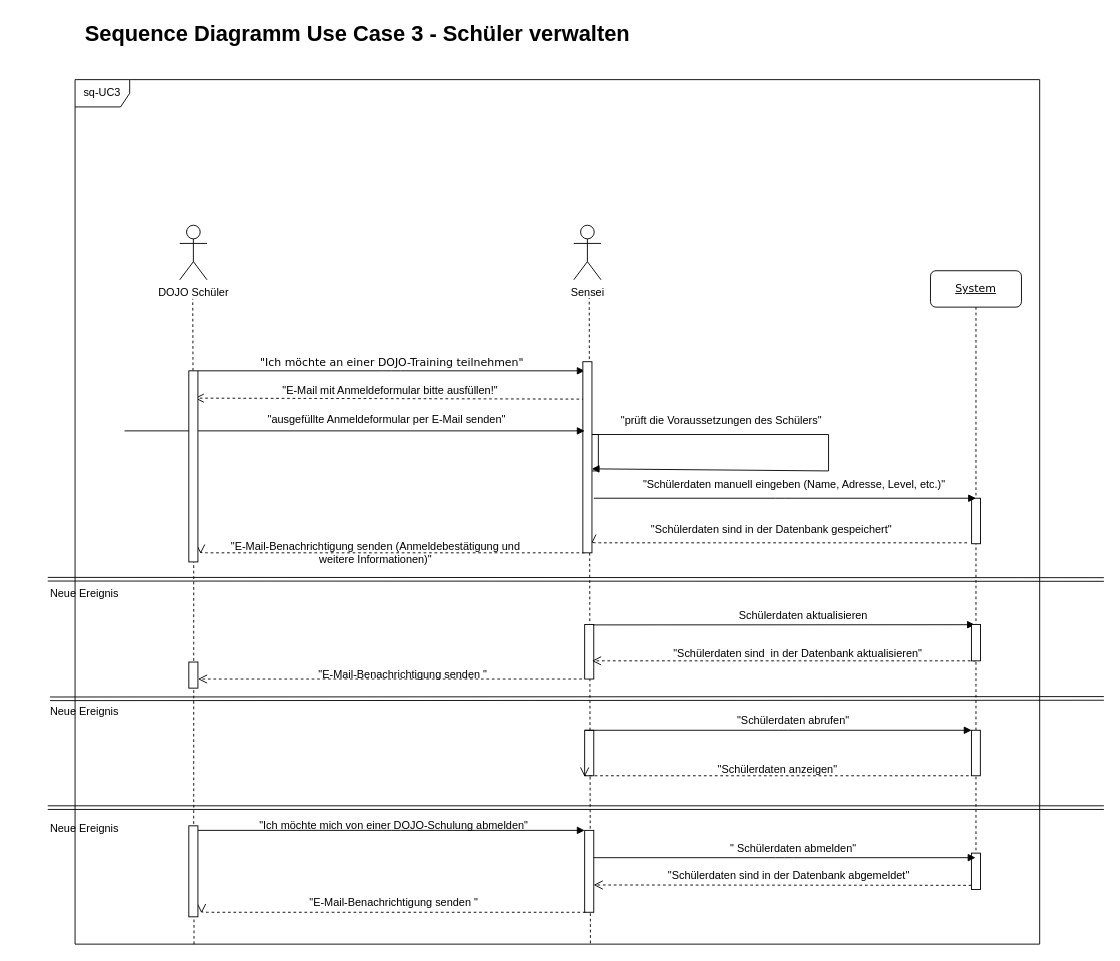
Before: Sequenzdiagramm_UC3_Schueler_verwalten.drawio in Mikomy/Softwaremanagement-1, a draw.io diagram. Source tidied: cells renumbered, new cells numbered last; positions are measured from the earlier drawing's top-left corner, leaving out a move shared by most shapes. Both pictures are drawn from the tidied source at 91%, with x=0, y=0 at pixel (38, 15).
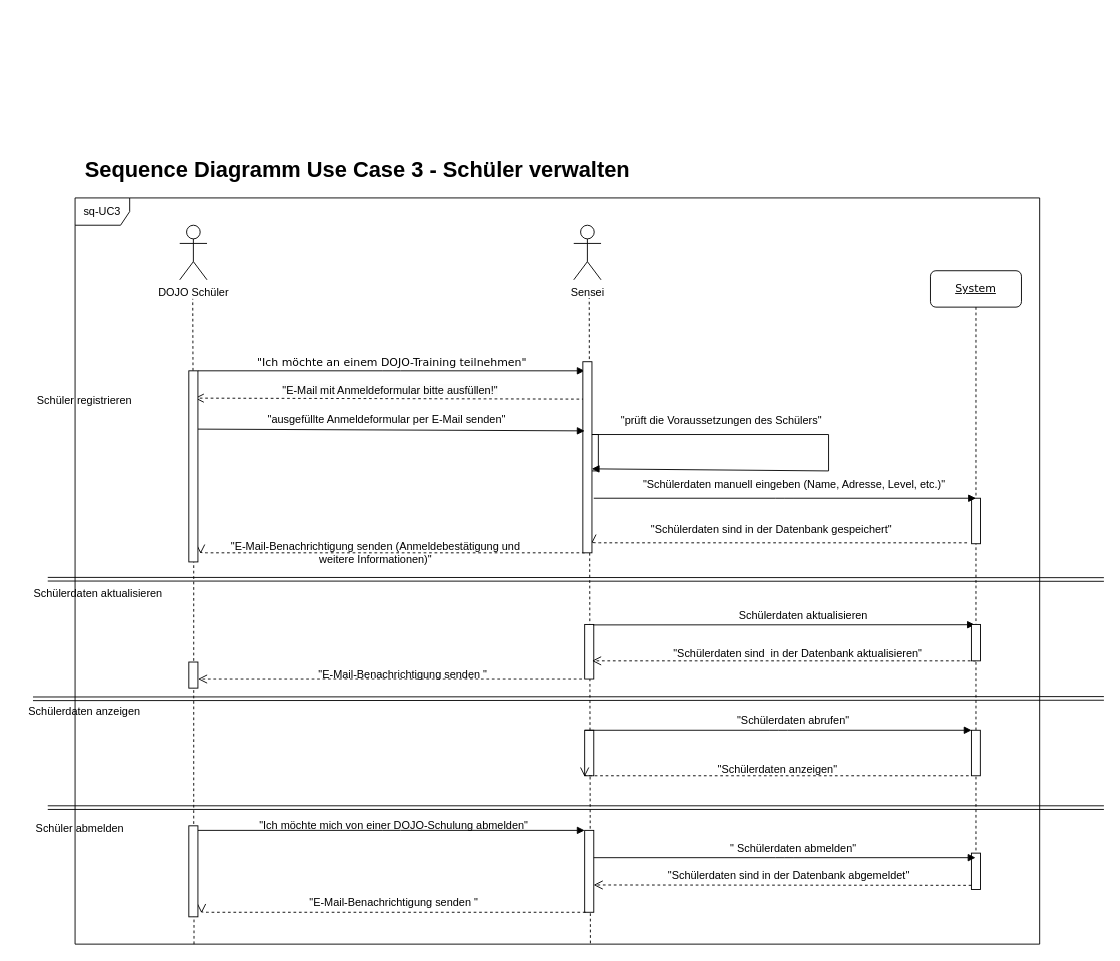
The same page after the edit.

The change refers to these unchanged cells:
```xml
<mxCell id="57" style="html=1;points=[];perimeter=orthogonalPerimeter;rounded=0;shadow=0;comic=0;labelBackgroundColor=none;strokeWidth=1;fontFamily=Verdana;fontSize=12;align=center;" parent="1" vertex="1">
  <mxGeometry x="165" y="390" width="10" height="210" as="geometry" />
</mxCell>
```

The edit, as a diff of the source:
```diff
@@
-    <mxCell id="3" value="&quot;Ich möchte an einer DOJO-Training teilnehmen&quot;" style="html=1;verticalAlign=bottom;endArrow=block;entryX=0;entryY=0;labelBackgroundColor=none;fontFamily=Verdana;fontSize=12;edgeStyle=elbowEdgeStyle;elbow=vertical;" parent="1" edge="1">
+    <mxCell id="3" value="&quot;Ich möchte an einem DOJO-Training teilnehmen&quot;" style="html=1;verticalAlign=bottom;endArrow=block;entryX=0;entryY=0;labelBackgroundColor=none;fontFamily=Verdana;fontSize=12;edgeStyle=elbowEdgeStyle;elbow=vertical;" parent="1" edge="1">
       <mxGeometry relative="1" as="geometry">
         <mxPoint x="175" y="390" as="sourcePoint" />
         <mxPoint x="600" y="390" as="targetPoint" />
       </mxGeometry>
     </mxCell>
@@
     <mxCell id="39" value="sq-UC3" style="shape=umlFrame;whiteSpace=wrap;html=1;" parent="1" vertex="1">
-      <mxGeometry x="40" y="70" width="1060" height="950" as="geometry" />
+      <mxGeometry x="40" y="200" width="1060" height="820" as="geometry" />
     </mxCell>
@@
-    <mxCell id="49" style="html=1;verticalAlign=bottom;endArrow=block;curved=0;rounded=0;" parent="1" edge="1">
+    <mxCell id="49" style="html=1;verticalAlign=bottom;endArrow=block;curved=0;rounded=0;exitX=1;exitY=0.305;exitDx=0;exitDy=0;exitPerimeter=0;" parent="1" edge="1" source="57">
       <mxGeometry relative="1" as="geometry">
-        <mxPoint x="94.3" y="456" as="sourcePoint" />
         <mxPoint x="600" y="456" as="targetPoint" />
       </mxGeometry>
     </mxCell>
@@
     <mxCell id="52" value="&lt;b&gt;&lt;font style=&quot;font-size: 24px;&quot;&gt;Sequence Diagramm Use Case 3 - Schüler verwalten&lt;/font&gt;&lt;/b&gt;" style="text;html=1;align=center;verticalAlign=middle;strokeColor=none;fillColor=none;" parent="1" vertex="1">
-      <mxGeometry x="40" width="620" height="40" as="geometry" />
+      <mxGeometry x="40" y="150" width="620" height="40" as="geometry" />
     </mxCell>
@@
-    <mxCell id="62" value="Neue Ereignis" style="text;html=1;align=center;verticalAlign=middle;strokeColor=none;fillColor=none;" parent="1" vertex="1">
-      <mxGeometry y="620" width="100" height="30" as="geometry" />
+    <mxCell id="62" value="Schülerdaten aktualisieren" style="text;html=1;align=center;verticalAlign=middle;strokeColor=none;fillColor=none;" parent="1" vertex="1">
+      <mxGeometry x="-15" y="620" width="160" height="30" as="geometry" />
     </mxCell>
@@
-    <mxCell id="64" value="Neue Ereignis" style="text;html=1;align=center;verticalAlign=middle;points=[];strokeColor=none;fillColor=none;" parent="1" vertex="1">
-      <mxGeometry y="750" width="100" height="30" as="geometry" />
+    <mxCell id="64" value="Schülerdaten anzeigen" style="text;html=1;align=center;verticalAlign=middle;points=[];strokeColor=none;fillColor=none;" parent="1" vertex="1">
+      <mxGeometry x="-25" y="750" width="150" height="30" as="geometry" />
     </mxCell>
-    <mxCell id="65" value="Neue Ereignis" style="text;html=1;align=center;verticalAlign=middle;strokeColor=none;fillColor=none;" parent="1" vertex="1">
-      <mxGeometry y="878" width="100" height="30" as="geometry" />
+    <mxCell id="65" value="Schüler abmelden" style="text;html=1;align=center;verticalAlign=middle;strokeColor=none;fillColor=none;" parent="1" vertex="1">
+      <mxGeometry x="-15" y="878" width="120" height="30" as="geometry" />
     </mxCell>
+    <mxCell id="66" value="Schüler registrieren" style="text;html=1;align=center;verticalAlign=middle;strokeColor=none;fillColor=none;" parent="1" vertex="1">
+      <mxGeometry x="-15" y="408" width="130" height="30" as="geometry" />
+    </mxCell>
```
